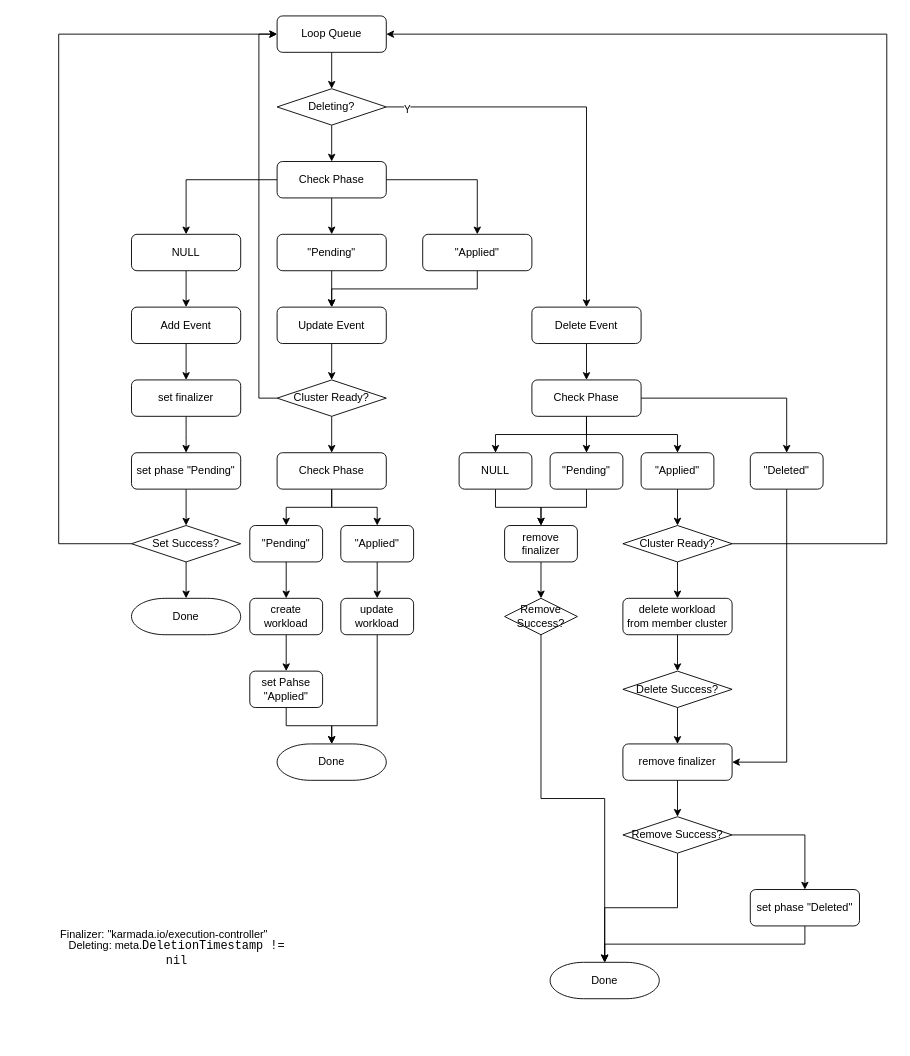
Earlier version of the draw.io diagram docs/design/execution-controller-process.drawio (RainbowMango/karmada). Source tidied: cells renumbered, new cells numbered last; positions are measured from the earlier drawing's top-left corner, leaving out a move shared by most shapes. Both pictures are drawn from the tidied source at 91%, with x=0, y=0 at pixel (58, 15).
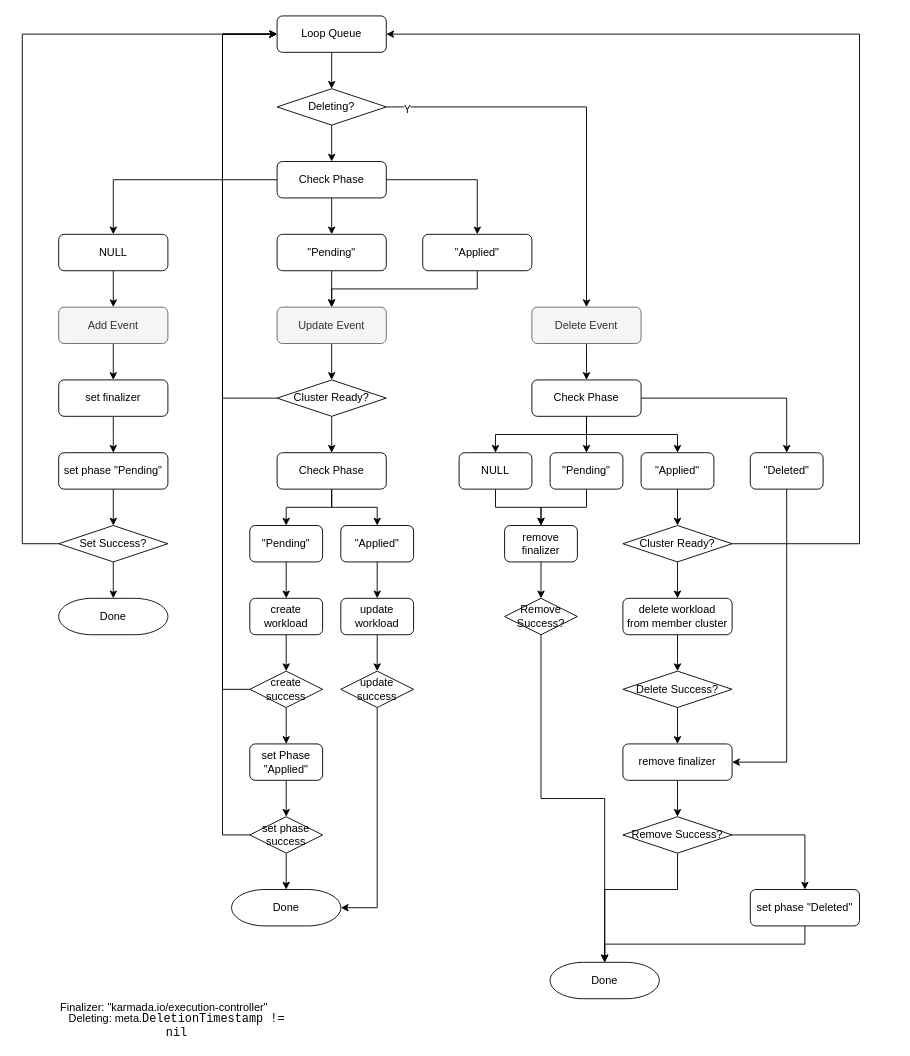
Above is the later version.

Commit message (it also covers changes not shown here):
ready for review

Unchanged cells that the change refers to:
```xml
<mxCell id="3" value="Loop Queue" style="rounded=1;whiteSpace=wrap;html=1;" parent="1" vertex="1">
  <mxGeometry x="240" width="120" height="40" as="geometry" />
</mxCell>
<mxCell id="12" value="Cluster Ready?" style="strokeWidth=1;html=1;shape=mxgraph.flowchart.decision;whiteSpace=wrap;" parent="1" vertex="1">
  <mxGeometry x="620" y="560" width="120" height="40" as="geometry" />
</mxCell>
<mxCell id="21" value="Remove Success?" style="strokeWidth=1;html=1;shape=mxgraph.flowchart.decision;whiteSpace=wrap;" parent="1" vertex="1">
  <mxGeometry x="620" y="880" width="120" height="40" as="geometry" />
</mxCell>
<mxCell id="48" value="Cluster Ready?" style="strokeWidth=1;html=1;shape=mxgraph.flowchart.decision;whiteSpace=wrap;" parent="1" vertex="1">
  <mxGeometry x="240" y="400" width="120" height="40" as="geometry" />
</mxCell>
<mxCell id="57" value="create workload" style="rounded=1;whiteSpace=wrap;html=1;" parent="1" vertex="1">
  <mxGeometry x="210" y="640" width="80" height="40" as="geometry" />
</mxCell>
<mxCell id="61" value="update workload" style="rounded=1;whiteSpace=wrap;html=1;" parent="1" vertex="1">
  <mxGeometry x="310" y="640" width="80" height="40" as="geometry" />
</mxCell>
<mxCell id="78" value="Done" style="strokeWidth=1;html=1;shape=mxgraph.flowchart.terminator;whiteSpace=wrap;align=center;" parent="1" vertex="1">
  <mxGeometry x="540" y="1040" width="120" height="40" as="geometry" />
</mxCell>
```

The edit, as a diff of the source:
```diff
@@
-    <mxCell id="5" value="Add Event" style="rounded=1;whiteSpace=wrap;html=1;" parent="1" vertex="1">
-      <mxGeometry x="80" y="320" width="120" height="40" as="geometry" />
+    <mxCell id="5" value="Add Event" style="rounded=1;whiteSpace=wrap;html=1;labelBackgroundColor=none;fillColor=#f5f5f5;strokeColor=#666666;fontColor=#333333;" parent="1" vertex="1">
+      <mxGeometry y="320" width="120" height="40" as="geometry" />
     </mxCell>
@@
-    <mxCell id="7" value="Update Event" style="rounded=1;whiteSpace=wrap;html=1;" parent="1" vertex="1">
+    <mxCell id="7" value="Update Event" style="rounded=1;whiteSpace=wrap;html=1;fillColor=#f5f5f5;strokeColor=#666666;fontColor=#333333;" parent="1" vertex="1">
       <mxGeometry x="240" y="320" width="120" height="40" as="geometry" />
     </mxCell>
@@
-    <mxCell id="9" value="Delete Event" style="rounded=1;whiteSpace=wrap;html=1;" parent="1" vertex="1">
+    <mxCell id="9" value="Delete Event" style="rounded=1;whiteSpace=wrap;html=1;fillColor=#f5f5f5;strokeColor=#666666;fontColor=#333333;" parent="1" vertex="1">
       <mxGeometry x="520" y="320" width="120" height="40" as="geometry" />
     </mxCell>
@@
     <mxCell id="11" style="edgeStyle=orthogonalEdgeStyle;rounded=0;jettySize=auto;html=1;entryX=1;entryY=0.5;entryDx=0;entryDy=0;" parent="1" edge="1" source="12" target="3">
       <mxGeometry relative="1" as="geometry">
         <Array as="points">
-          <mxPoint x="910" y="580" />
-          <mxPoint x="910" y="20" />
+          <mxPoint x="880" y="580" />
+          <mxPoint x="880" y="20" />
         </Array>
       </mxGeometry>
     </mxCell>
@@
     <mxCell id="19" style="edgeStyle=orthogonalEdgeStyle;rounded=0;jettySize=auto;html=1;entryX=0.5;entryY=0;entryDx=0;entryDy=0;entryPerimeter=0;" parent="1" edge="1" source="21" target="78">
-      <mxGeometry relative="1" as="geometry" />
+      <mxGeometry relative="1" as="geometry">
+        <Array as="points">
+          <mxPoint x="680" y="960" />
+          <mxPoint x="600" y="960" />
+        </Array>
+      </mxGeometry>
     </mxCell>
@@
     <mxCell id="22" style="edgeStyle=orthogonalEdgeStyle;rounded=0;jettySize=auto;html=1;" parent="1" edge="1" source="23">
       <mxGeometry relative="1" as="geometry">
-        <mxPoint x="140" y="480" as="targetPoint" />
+        <mxPoint x="60" y="480" as="targetPoint" />
       </mxGeometry>
     </mxCell>
     <mxCell id="23" value="set finalizer" style="rounded=1;whiteSpace=wrap;html=1;" parent="1" vertex="1">
-      <mxGeometry x="80" y="400" width="120" height="40" as="geometry" />
+      <mxGeometry y="400" width="120" height="40" as="geometry" />
     </mxCell>
     <mxCell id="24" value="Finalizer: &quot;karmada.io/execution-controller&quot;" style="text;html=1;strokeColor=none;fillColor=none;align=left;verticalAlign=middle;whiteSpace=wrap;rounded=0;fontStyle=0;" parent="1" vertex="1">
-      <mxGeometry y="1000" width="320" height="20" as="geometry" />
+      <mxGeometry y="1080" width="320" height="20" as="geometry" />
     </mxCell>
@@
     <mxCell id="33" value="Deleting: meta.&lt;span style=&quot;font-family: &amp;#34;consolas&amp;#34; , monospace ; font-size: 9.8pt&quot;&gt;DeletionTimestamp != nil&lt;/span&gt;" style="text;html=1;strokeColor=none;fillColor=none;align=center;verticalAlign=middle;whiteSpace=wrap;rounded=0;" parent="1" vertex="1">
-      <mxGeometry y="1020" width="260" height="20" as="geometry" />
+      <mxGeometry y="1100" width="260" height="20" as="geometry" />
     </mxCell>
@@
     <mxCell id="35" value="NULL" style="rounded=1;whiteSpace=wrap;html=1;" parent="1" vertex="1">
-      <mxGeometry x="80" y="240" width="120" height="40" as="geometry" />
+      <mxGeometry y="240" width="120" height="40" as="geometry" />
     </mxCell>
@@
     <mxCell id="41" value="set phase &quot;Pending&quot;" style="rounded=1;whiteSpace=wrap;html=1;" parent="1" vertex="1">
-      <mxGeometry x="80" y="480" width="120" height="40" as="geometry" />
+      <mxGeometry y="480" width="120" height="40" as="geometry" />
     </mxCell>
     <mxCell id="42" style="edgeStyle=orthogonalEdgeStyle;rounded=0;jettySize=auto;html=1;entryX=0;entryY=0.5;entryDx=0;entryDy=0;" parent="1" edge="1" source="44" target="3">
       <mxGeometry relative="1" as="geometry">
         <Array as="points">
-          <mxPoint y="580" />
-          <mxPoint y="20" />
+          <mxPoint x="-40" y="580" />
+          <mxPoint x="-40" y="20" />
         </Array>
       </mxGeometry>
     </mxCell>
@@
     <mxCell id="44" value="Set Success?" style="strokeWidth=1;html=1;shape=mxgraph.flowchart.decision;whiteSpace=wrap;" parent="1" vertex="1">
-      <mxGeometry x="80" y="560" width="120" height="40" as="geometry" />
+      <mxGeometry y="560" width="120" height="40" as="geometry" />
     </mxCell>
     <mxCell id="45" value="Done" style="strokeWidth=1;html=1;shape=mxgraph.flowchart.terminator;whiteSpace=wrap;align=center;" parent="1" vertex="1">
-      <mxGeometry x="80" y="640" width="120" height="40" as="geometry" />
+      <mxGeometry y="640" width="120" height="40" as="geometry" />
     </mxCell>
     <mxCell id="46" style="edgeStyle=orthogonalEdgeStyle;rounded=0;jettySize=auto;html=1;entryX=0;entryY=0.5;entryDx=0;entryDy=0;" parent="1" edge="1" source="48" target="3">
       <mxGeometry relative="1" as="geometry">
         <Array as="points">
-          <mxPoint x="220" y="420" />
-          <mxPoint x="220" y="20" />
+          <mxPoint x="180" y="420" />
+          <mxPoint x="180" y="20" />
         </Array>
       </mxGeometry>
     </mxCell>
@@
-    <mxCell id="56" style="edgeStyle=orthogonalEdgeStyle;rounded=0;jettySize=auto;html=1;" parent="1" edge="1" source="57" target="59">
-      <mxGeometry relative="1" as="geometry" />
-    </mxCell>
+    <mxCell id="83" style="edgeStyle=orthogonalEdgeStyle;rounded=0;jettySize=auto;html=1;fontColor=#000000;" parent="1" edge="1" source="57" target="88">
+      <mxGeometry relative="1" as="geometry" />
+    </mxCell>
@@
-    <mxCell id="58" style="edgeStyle=orthogonalEdgeStyle;rounded=0;jettySize=auto;html=1;entryX=0.5;entryY=0;entryDx=0;entryDy=0;entryPerimeter=0;" parent="1" edge="1" source="59" target="62">
-      <mxGeometry relative="1" as="geometry" />
-    </mxCell>
+    <mxCell id="84" style="edgeStyle=orthogonalEdgeStyle;rounded=0;jettySize=auto;html=1;fontColor=#000000;" parent="1" edge="1" source="59" target="91">
+      <mxGeometry relative="1" as="geometry" />
+    </mxCell>
-    <mxCell id="59" value="set Pahse &quot;Applied&quot;" style="rounded=1;whiteSpace=wrap;html=1;fontColor=#000000;" parent="1" vertex="1">
-      <mxGeometry x="210" y="720" width="80" height="40" as="geometry" />
+    <mxCell id="59" value="set Phase &quot;Applied&quot;" style="rounded=1;whiteSpace=wrap;html=1;fontColor=#000000;" parent="1" vertex="1">
+      <mxGeometry x="210" y="800" width="80" height="40" as="geometry" />
     </mxCell>
-    <mxCell id="60" style="edgeStyle=orthogonalEdgeStyle;rounded=0;jettySize=auto;html=1;entryX=0.5;entryY=0;entryDx=0;entryDy=0;entryPerimeter=0;fontColor=#000000;" parent="1" edge="1" source="61" target="62">
-      <mxGeometry relative="1" as="geometry">
-        <Array as="points">
-          <mxPoint x="350" y="780" />
-          <mxPoint x="300" y="780" />
-        </Array>
-      </mxGeometry>
-    </mxCell>
+    <mxCell id="85" style="edgeStyle=orthogonalEdgeStyle;rounded=0;jettySize=auto;html=1;fontColor=#000000;" parent="1" edge="1" source="61" target="93">
+      <mxGeometry relative="1" as="geometry" />
+    </mxCell>
@@
     <mxCell id="62" value="Done" style="strokeWidth=1;html=1;shape=mxgraph.flowchart.terminator;whiteSpace=wrap;align=center;" parent="1" vertex="1">
-      <mxGeometry x="240" y="800" width="120" height="40" as="geometry" />
+      <mxGeometry x="190" y="960" width="120" height="40" as="geometry" />
     </mxCell>
@@
+    <mxCell id="86" style="edgeStyle=orthogonalEdgeStyle;rounded=0;jettySize=auto;html=1;fontColor=#000000;" parent="1" edge="1" source="88" target="59">
+      <mxGeometry relative="1" as="geometry" />
+    </mxCell>
+    <mxCell id="87" style="edgeStyle=orthogonalEdgeStyle;rounded=0;jettySize=auto;html=1;fontColor=#000000;" parent="1" edge="1" source="88">
+      <mxGeometry relative="1" as="geometry">
+        <mxPoint x="240" y="20" as="targetPoint" />
+        <Array as="points">
+          <mxPoint x="180" y="740" />
+          <mxPoint x="180" y="20" />
+        </Array>
+      </mxGeometry>
+    </mxCell>
+    <mxCell id="88" value="create&lt;br&gt;success" style="strokeWidth=1;html=1;shape=mxgraph.flowchart.decision;whiteSpace=wrap;" parent="1" vertex="1">
+      <mxGeometry x="210" y="720" width="80" height="40" as="geometry" />
+    </mxCell>
+    <mxCell id="89" style="edgeStyle=orthogonalEdgeStyle;rounded=0;jettySize=auto;html=1;fontColor=#000000;" parent="1" edge="1" source="91" target="62">
+      <mxGeometry relative="1" as="geometry" />
+    </mxCell>
+    <mxCell id="90" style="edgeStyle=orthogonalEdgeStyle;rounded=0;jettySize=auto;html=1;fontColor=#000000;entryX=0;entryY=0.5;entryDx=0;entryDy=0;" parent="1" edge="1" source="91" target="3">
+      <mxGeometry relative="1" as="geometry">
+        <Array as="points">
+          <mxPoint x="180" y="900" />
+          <mxPoint x="180" y="20" />
+        </Array>
+      </mxGeometry>
+    </mxCell>
+    <mxCell id="91" value="set phase&lt;br&gt;success" style="strokeWidth=1;html=1;shape=mxgraph.flowchart.decision;whiteSpace=wrap;" parent="1" vertex="1">
+      <mxGeometry x="210" y="880" width="80" height="40" as="geometry" />
+    </mxCell>
+    <mxCell id="92" style="edgeStyle=orthogonalEdgeStyle;rounded=0;jettySize=auto;html=1;entryX=1;entryY=0.5;entryDx=0;entryDy=0;entryPerimeter=0;fontColor=#000000;" parent="1" edge="1" source="93" target="62">
+      <mxGeometry relative="1" as="geometry" />
+    </mxCell>
+    <mxCell id="93" value="update&lt;br&gt;success" style="strokeWidth=1;html=1;shape=mxgraph.flowchart.decision;whiteSpace=wrap;" parent="1" vertex="1">
+      <mxGeometry x="310" y="720" width="80" height="40" as="geometry" />
+    </mxCell>
```
